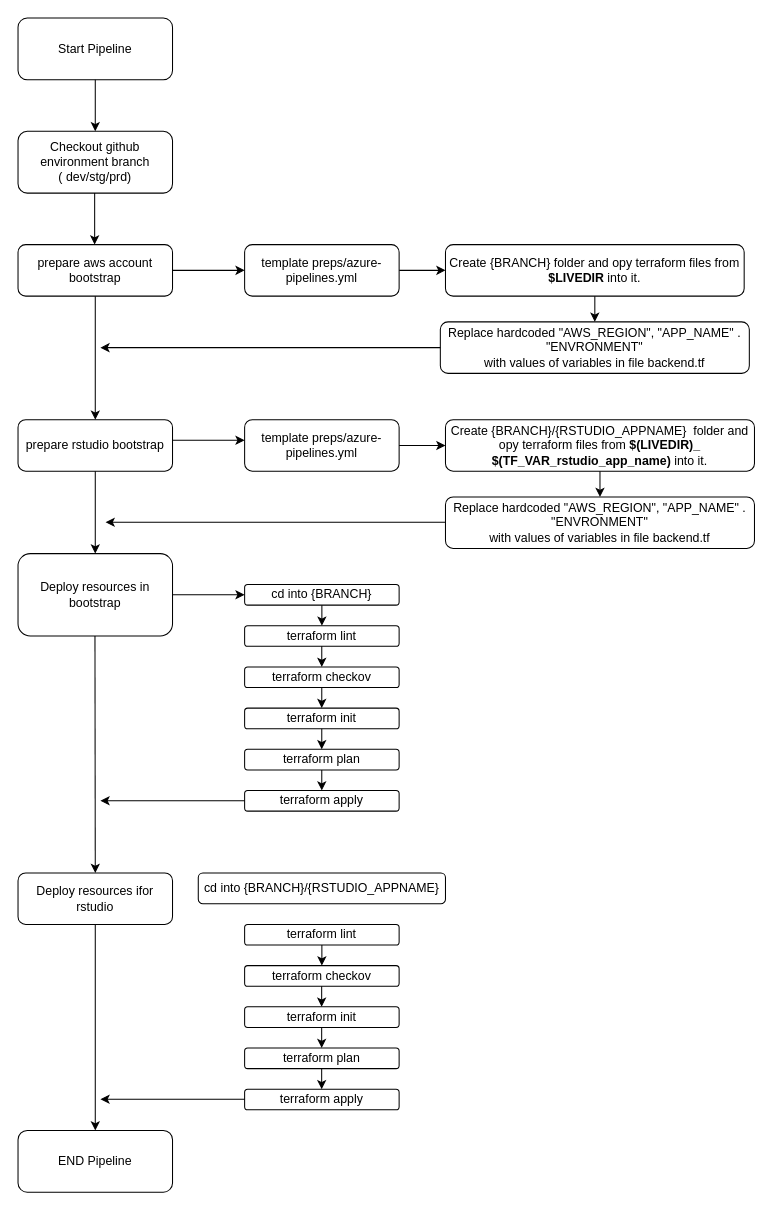
Earlier version of the draw.io diagram pipeline.drawio (1robroos/ado-terraform-1). Source tidied: cells renumbered, new cells numbered last; positions are measured from the earlier drawing's top-left corner, leaving out a move shared by most shapes. Both pictures are drawn from the tidied source at 103%, with x=0, y=0 at pixel (18, 18).
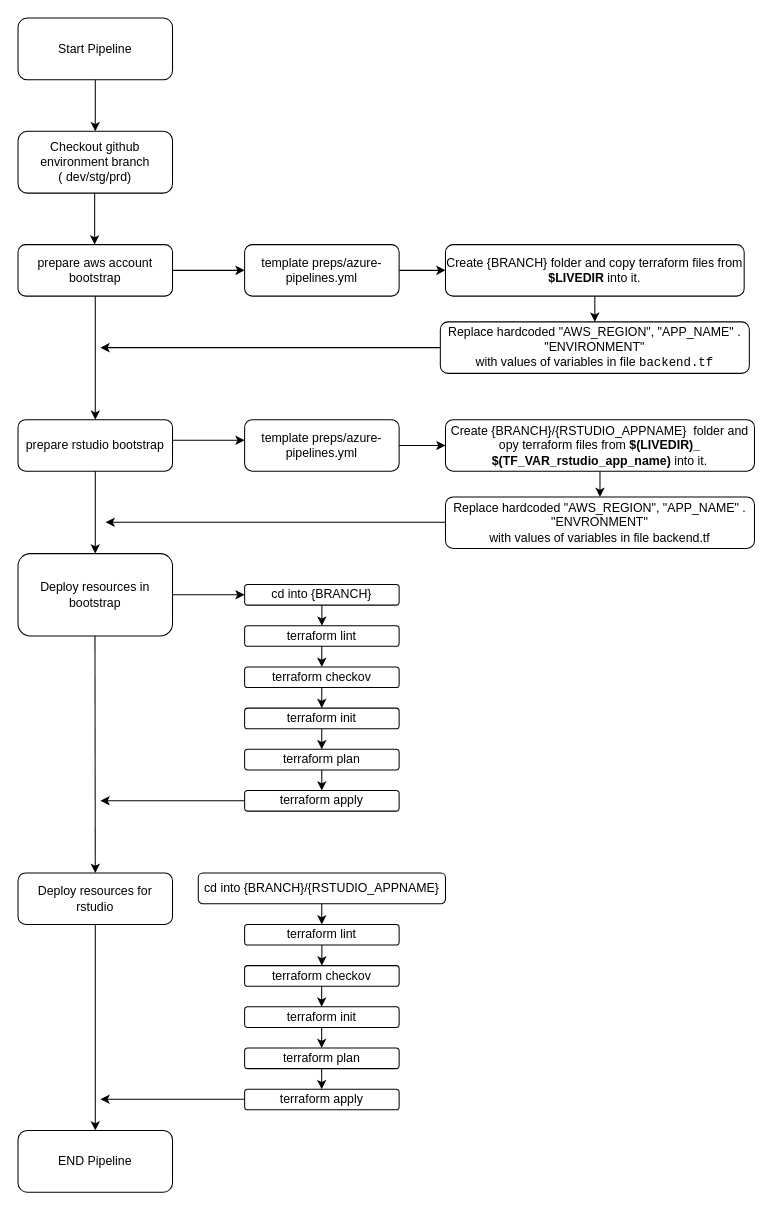
The same page after the edit.

What changed in the source:
```diff
@@
-    <mxCell id="7" value="Create {BRANCH} folder and opy terraform files from &lt;b&gt;$LIVEDIR&lt;/b&gt; into it." style="rounded=1;whiteSpace=wrap;html=1;" parent="1" vertex="1">
+    <mxCell id="7" value="Create {BRANCH} folder and copy terraform files from &lt;b&gt;$LIVEDIR&lt;/b&gt; into it." style="rounded=1;whiteSpace=wrap;html=1;" parent="1" vertex="1">
       <mxGeometry x="415" y="220" width="290" height="50" as="geometry" />
     </mxCell>
-    <mxCell id="8" value="Replace hardcoded &quot;AWS_REGION&quot;, &quot;APP_NAME&quot; .&lt;br&gt;&quot;ENVRONMENT&quot;&lt;br&gt;with values of variables in file backend.tf" style="rounded=1;whiteSpace=wrap;html=1;" parent="1" vertex="1">
+    <mxCell id="8" value="Replace hardcoded &quot;AWS_REGION&quot;, &quot;APP_NAME&quot; .&lt;br&gt;&quot;ENVIRONMENT&quot;&lt;br&gt;with values of variables in file &lt;font face=&quot;Courier New&quot;&gt;backend.tf&lt;/font&gt;" style="rounded=1;whiteSpace=wrap;html=1;" parent="1" vertex="1">
       <mxGeometry x="410" y="295" width="300" height="50" as="geometry" />
     </mxCell>
@@
-    <mxCell id="20" value="Deploy resources ifor rstudio" style="rounded=1;whiteSpace=wrap;html=1;" parent="1" vertex="1">
+    <mxCell id="20" value="Deploy resources for rstudio" style="rounded=1;whiteSpace=wrap;html=1;" parent="1" vertex="1">
       <mxGeometry y="830" width="150" height="50" as="geometry" />
     </mxCell>
@@
+    <mxCell id="53" style="endArrow=classic;html=1;entryX=0.5;entryY=0;entryDx=0;entryDy=0;exitX=0.5;exitY=1;exitDx=0;exitDy=0;" parent="1" edge="1">
+      <mxGeometry relative="1" as="geometry">
+        <mxPoint x="294.9" y="860" as="sourcePoint" />
+        <mxPoint x="294.9" y="880" as="targetPoint" />
+      </mxGeometry>
+    </mxCell>
```
